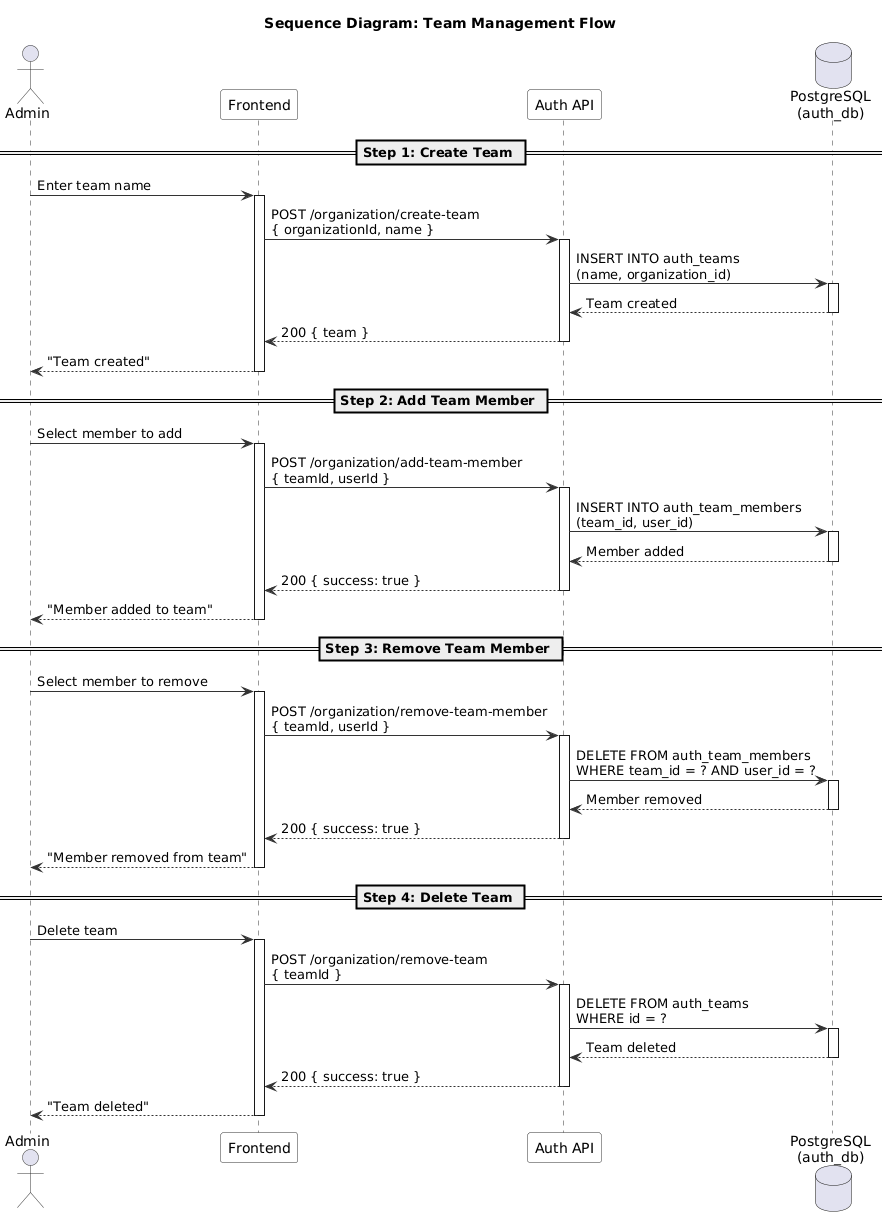
This is modules/auth/images/sequence/team-sequence.png from namnh240795/document, a PlantUML export, as it was before one commit.
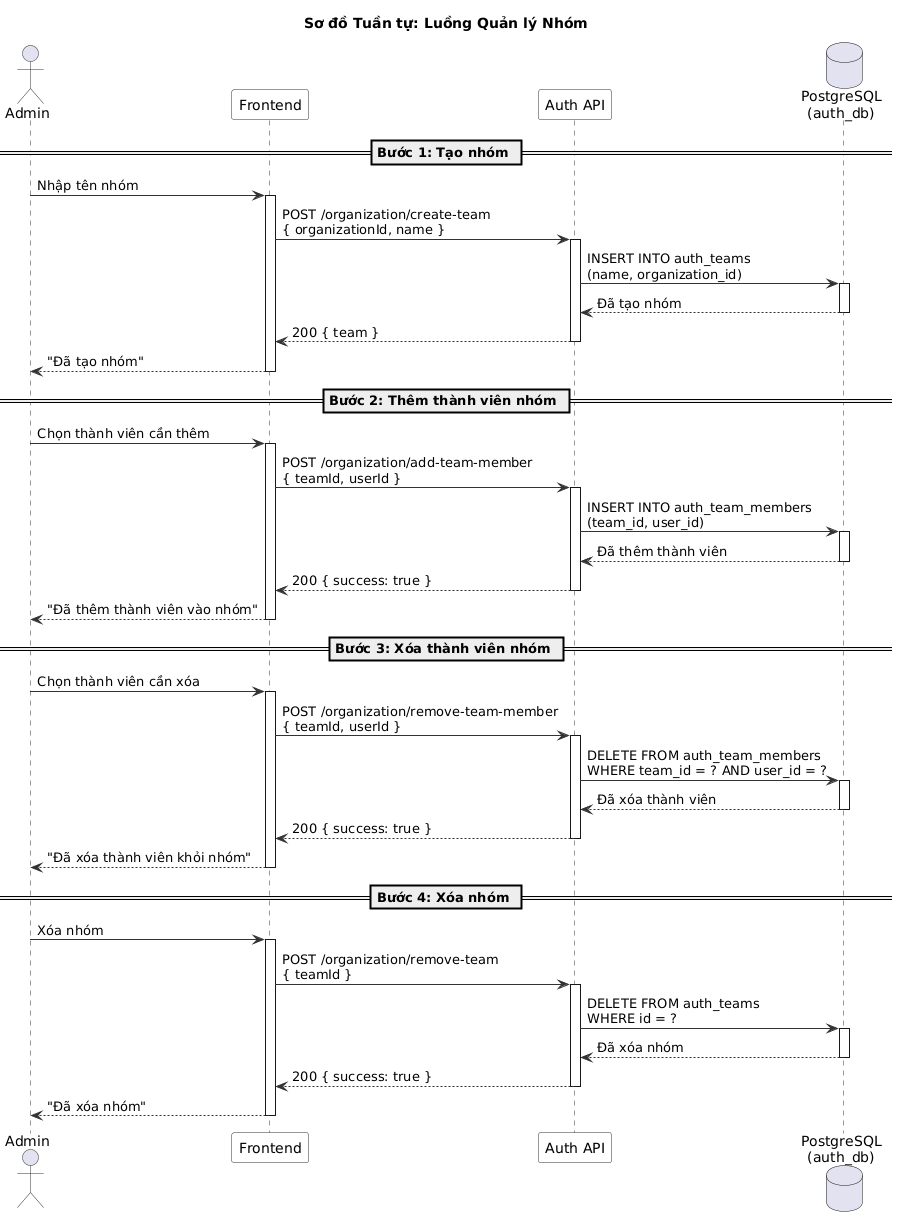
After the change.

Diff of the diagram source:
```diff
@@ -8,16 +8,16 @@
   ParticipantBorderColor #333333
 }
 
-title Sequence Diagram: Team Management Flow
+title Sơ đồ Tuần tự: Luồng Quản lý Nhóm
 
 actor Admin
 participant "Frontend" as FE
 participant "Auth API" as API
 database "PostgreSQL\n(auth_db)" as DB
 
-== Step 1: Create Team ==
+== Bước 1: Tạo nhóm ==
 
-Admin -> FE : Enter team name
+Admin -> FE : Nhập tên nhóm
 activate FE
 
 FE -> API : POST /organization/create-team\n{ organizationId, name }
@@ -25,18 +25,18 @@
 
 API -> DB : INSERT INTO auth_teams\n(name, organization_id)
 activate DB
-DB --> API : Team created
+DB --> API : Đã tạo nhóm
 deactivate DB
 
 API --> FE : 200 { team }
 deactivate API
 
-FE --> Admin : "Team created"
+FE --> Admin : "Đã tạo nhóm"
 deactivate FE
 
-== Step 2: Add Team Member ==
+== Bước 2: Thêm thành viên nhóm ==
 
-Admin -> FE : Select member to add
+Admin -> FE : Chọn thành viên cần thêm
 activate FE
 
 FE -> API : POST /organization/add-team-member\n{ teamId, userId }
@@ -44,18 +44,18 @@
 
 API -> DB : INSERT INTO auth_team_members\n(team_id, user_id)
 activate DB
-DB --> API : Member added
+DB --> API : Đã thêm thành viên
 deactivate DB
 
 API --> FE : 200 { success: true }
 deactivate API
 
-FE --> Admin : "Member added to team"
+FE --> Admin : "Đã thêm thành viên vào nhóm"
 deactivate FE
 
-== Step 3: Remove Team Member ==
+== Bước 3: Xóa thành viên nhóm ==
 
-Admin -> FE : Select member to remove
+Admin -> FE : Chọn thành viên cần xóa
 activate FE
 
 FE -> API : POST /organization/remove-team-member\n{ teamId, userId }
@@ -63,18 +63,18 @@
 
 API -> DB : DELETE FROM auth_team_members\nWHERE team_id = ? AND user_id = ?
 activate DB
-DB --> API : Member removed
+DB --> API : Đã xóa thành viên
 deactivate DB
 
 API --> FE : 200 { success: true }
 deactivate API
 
-FE --> Admin : "Member removed from team"
+FE --> Admin : "Đã xóa thành viên khỏi nhóm"
 deactivate FE
 
-== Step 4: Delete Team ==
+== Bước 4: Xóa nhóm ==
 
-Admin -> FE : Delete team
+Admin -> FE : Xóa nhóm
 activate FE
 
 FE -> API : POST /organization/remove-team\n{ teamId }
@@ -82,13 +82,13 @@
 
 API -> DB : DELETE FROM auth_teams\nWHERE id = ?
 activate DB
-DB --> API : Team deleted
+DB --> API : Đã xóa nhóm
 deactivate DB
 
 API --> FE : 200 { success: true }
 deactivate API
 
-FE --> Admin : "Team deleted"
+FE --> Admin : "Đã xóa nhóm"
 deactivate FE
 
 @enduml
```
